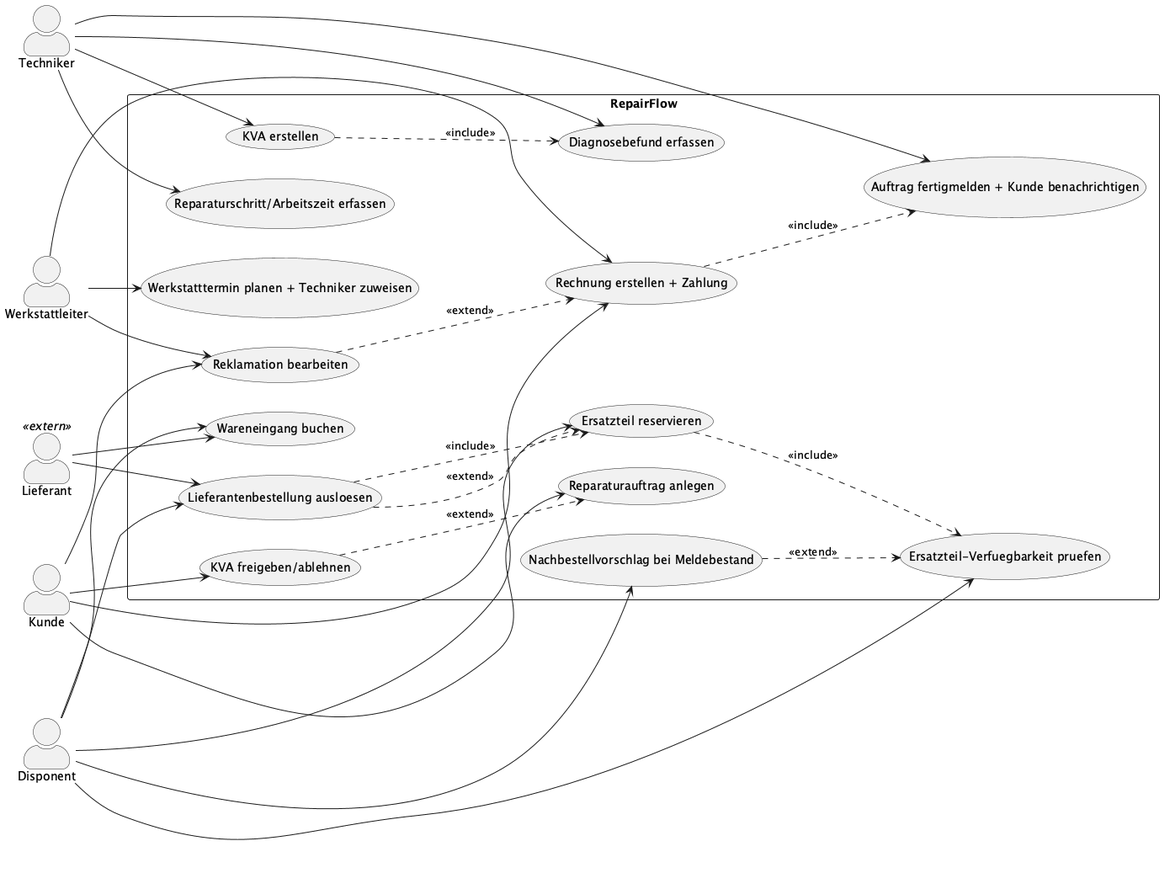
This is uml/usecase.png from jakobschwan123-cmd/casestudy-semester-3, a PlantUML export, as it was before one commit. Its diagram source:
```plantuml
@startuml RepairFlow-UseCase
left to right direction
skinparam packageStyle rectangle
skinparam actorStyle awesome

actor "Kunde" as Kunde
actor "Techniker" as Techniker
actor "Disponent" as Disponent
actor "Werkstattleiter" as Leiter
actor "Lieferant" as Lieferant <<extern>>

rectangle "RepairFlow" {

  usecase "Reparaturauftrag anlegen" as UC1
  usecase "Diagnosebefund erfassen" as UC2
  usecase "KVA erstellen" as UC3
  usecase "KVA freigeben/ablehnen" as UC4

  usecase "Ersatzteil-Verfuegbarkeit pruefen" as UC5
  usecase "Ersatzteil reservieren" as UC6
  usecase "Lieferantenbestellung ausloesen" as UC7
  usecase "Wareneingang buchen" as UC8
  usecase "Nachbestellvorschlag bei Meldebestand" as UC14

  usecase "Reparaturschritt/Arbeitszeit erfassen" as UC9
  usecase "Auftrag fertigmelden + Kunde benachrichtigen" as UC10
  usecase "Rechnung erstellen + Zahlung" as UC11
  usecase "Reklamation bearbeiten" as UC12

  usecase "Werkstatttermin planen + Techniker zuweisen" as UC13
}

Kunde --> UC1
Kunde --> UC4
Kunde --> UC11
Kunde --> UC12

Techniker --> UC2
Techniker --> UC3
Techniker --> UC9
Techniker --> UC10

Disponent --> UC5
Disponent --> UC6
Disponent --> UC7
Disponent --> UC8
Disponent --> UC14

Leiter --> UC13
Leiter --> UC11
Leiter --> UC12

Lieferant --> UC7
Lieferant --> UC8

UC3 ..> UC2 : <<include>>
UC6 ..> UC5 : <<include>>
UC7 ..> UC6 : <<include>>
UC11 ..> UC10 : <<include>>

UC4 ..> UC1 : <<extend>>
UC7 ..> UC6 : <<extend>>
UC12 ..> UC11 : <<extend>>
UC14 ..> UC5 : <<extend>>

@enduml
```
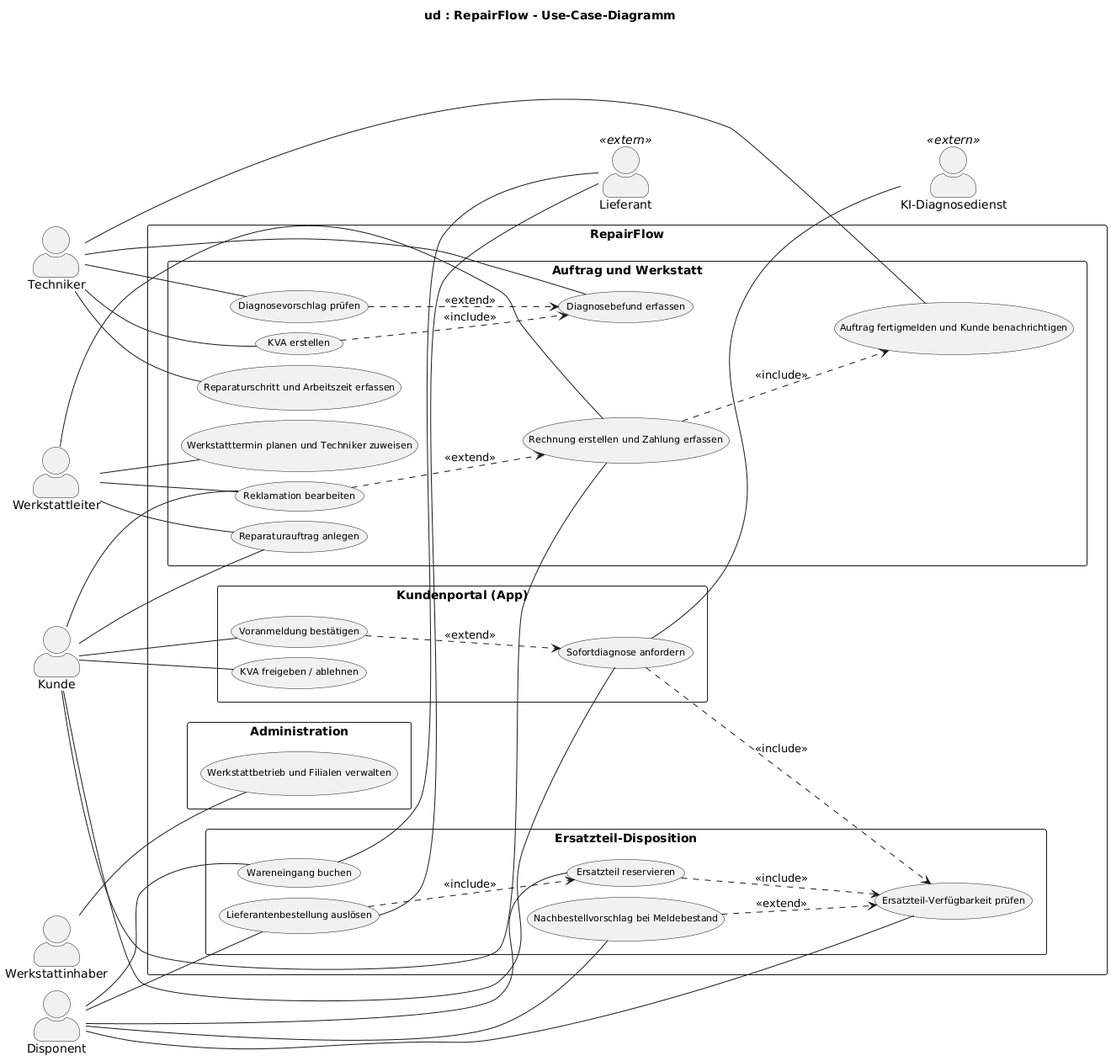
After the commit.

Diff of the diagram source:
```diff
@@ -1,66 +1,83 @@
-@startuml RepairFlow-UseCase
+@startuml
 left to right direction
 skinparam packageStyle rectangle
+skinparam defaultFontName Arial
+skinparam usecaseFontSize 11
 skinparam actorStyle awesome
+skinparam nodesep 12
+skinparam ranksep 60
+title ud : RepairFlow - Use-Case-Diagramm
 
 actor "Kunde" as Kunde
 actor "Techniker" as Techniker
 actor "Disponent" as Disponent
-actor "Werkstattleiter" as Leiter
-actor "Lieferant" as Lieferant <<extern>>
+actor "Werkstattleiter" as Werkstattleiter
+actor "Werkstattinhaber" as Werkstattinhaber
 
 rectangle "RepairFlow" {
-
-  usecase "Reparaturauftrag anlegen" as UC1
-  usecase "Diagnosebefund erfassen" as UC2
-  usecase "KVA erstellen" as UC3
-  usecase "KVA freigeben/ablehnen" as UC4
-
-  usecase "Ersatzteil-Verfuegbarkeit pruefen" as UC5
-  usecase "Ersatzteil reservieren" as UC6
-  usecase "Lieferantenbestellung ausloesen" as UC7
-  usecase "Wareneingang buchen" as UC8
-  usecase "Nachbestellvorschlag bei Meldebestand" as UC14
-
-  usecase "Reparaturschritt/Arbeitszeit erfassen" as UC9
-  usecase "Auftrag fertigmelden + Kunde benachrichtigen" as UC10
-  usecase "Rechnung erstellen + Zahlung" as UC11
-  usecase "Reklamation bearbeiten" as UC12
-
-  usecase "Werkstatttermin planen + Techniker zuweisen" as UC13
+  rectangle "Kundenportal (App)" {
+    usecase "Sofortdiagnose anfordern" as UC01
+    usecase "Voranmeldung bestätigen" as UC02
+    usecase "KVA freigeben / ablehnen" as UC07
+  }
+  rectangle "Auftrag und Werkstatt" {
+    usecase "Reparaturauftrag anlegen" as UC03
+    usecase "Werkstatttermin planen und Techniker zuweisen" as UC17
+    usecase "Diagnosevorschlag prüfen" as UC04
+    usecase "Diagnosebefund erfassen" as UC05
+    usecase "KVA erstellen" as UC06
+    usecase "Reparaturschritt und Arbeitszeit erfassen" as UC13
+    usecase "Auftrag fertigmelden und Kunde benachrichtigen" as UC14
+    usecase "Rechnung erstellen und Zahlung erfassen" as UC15
+    usecase "Reklamation bearbeiten" as UC16
+  }
+  rectangle "Ersatzteil-Disposition" {
+    usecase "Ersatzteil-Verfügbarkeit prüfen" as UC08
+    usecase "Ersatzteil reservieren" as UC09
+    usecase "Lieferantenbestellung auslösen" as UC10
+    usecase "Wareneingang buchen" as UC11
+    usecase "Nachbestellvorschlag bei Meldebestand" as UC12
+  }
+  rectangle "Administration" {
+    usecase "Werkstattbetrieb und Filialen verwalten" as UC18
+  }
 }
 
-Kunde --> UC1
-Kunde --> UC4
-Kunde --> UC11
-Kunde --> UC12
+actor "Lieferant" as Lieferant <<extern>>
+actor "KI-Diagnosedienst" as KIDienst <<extern>>
 
-Techniker --> UC2
-Techniker --> UC3
-Techniker --> UC9
-Techniker --> UC10
+Kunde -- UC01
+Kunde -- UC02
+Kunde -- UC03
+Kunde -- UC07
+Kunde -- UC15
+Kunde -- UC16
+Techniker -- UC04
+Techniker -- UC05
+Techniker -- UC06
+Techniker -- UC13
+Techniker -- UC14
+Disponent -- UC08
+Disponent -- UC09
+Disponent -- UC10
+Disponent -- UC11
+Disponent -- UC12
+Werkstattleiter -- UC03
+Werkstattleiter -- UC15
+Werkstattleiter -- UC16
+Werkstattleiter -- UC17
+Werkstattinhaber -- UC18
+UC10 -- Lieferant
+UC11 -- Lieferant
+UC01 -- KIDienst
 
-Disponent --> UC5
-Disponent --> UC6
-Disponent --> UC7
-Disponent --> UC8
-Disponent --> UC14
-
-Leiter --> UC13
-Leiter --> UC11
-Leiter --> UC12
-
-Lieferant --> UC7
-Lieferant --> UC8
-
-UC3 ..> UC2 : <<include>>
-UC6 ..> UC5 : <<include>>
-UC7 ..> UC6 : <<include>>
-UC11 ..> UC10 : <<include>>
-
-UC4 ..> UC1 : <<extend>>
-UC7 ..> UC6 : <<extend>>
-UC12 ..> UC11 : <<extend>>
-UC14 ..> UC5 : <<extend>>
-
+UC01 ..> UC08 : <<include>>
+UC06 ..> UC05 : <<include>>
+UC09 ..> UC08 : <<include>>
+UC10 ..> UC09 : <<include>>
+UC15 ..> UC14 : <<include>>
+UC02 ..> UC01 : <<extend>>
+UC04 ..> UC05 : <<extend>>
+UC12 ..> UC08 : <<extend>>
+UC16 ..> UC15 : <<extend>>
 @enduml
```
